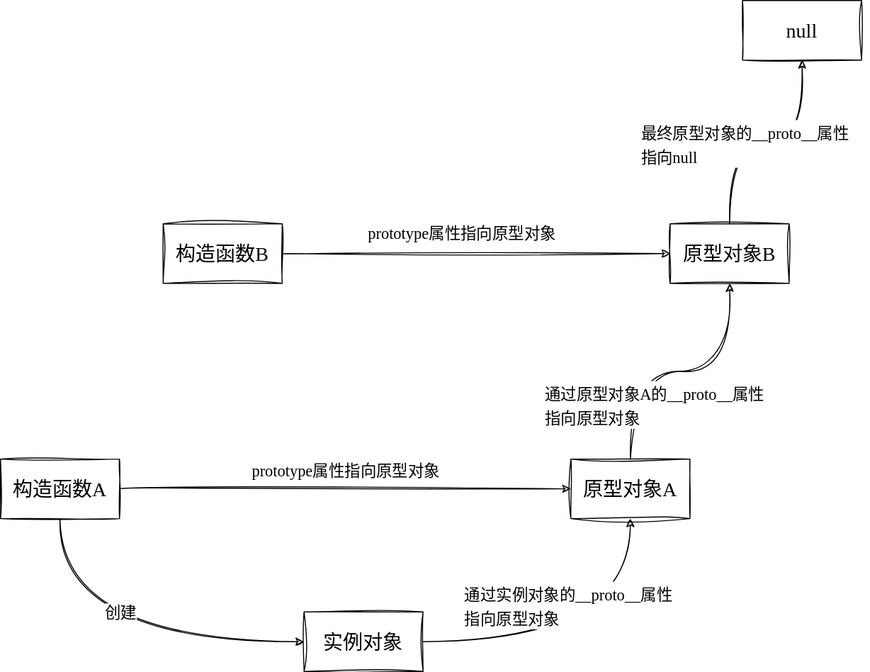
This is diagrams/front-end/prototype_inheritance.svg from luguosong/images, a draw.io export, as it was before one commit. Source tidied: cells renumbered, new cells last; positions are measured from the earlier drawing's top-left corner, leaving out a move shared by most shapes.
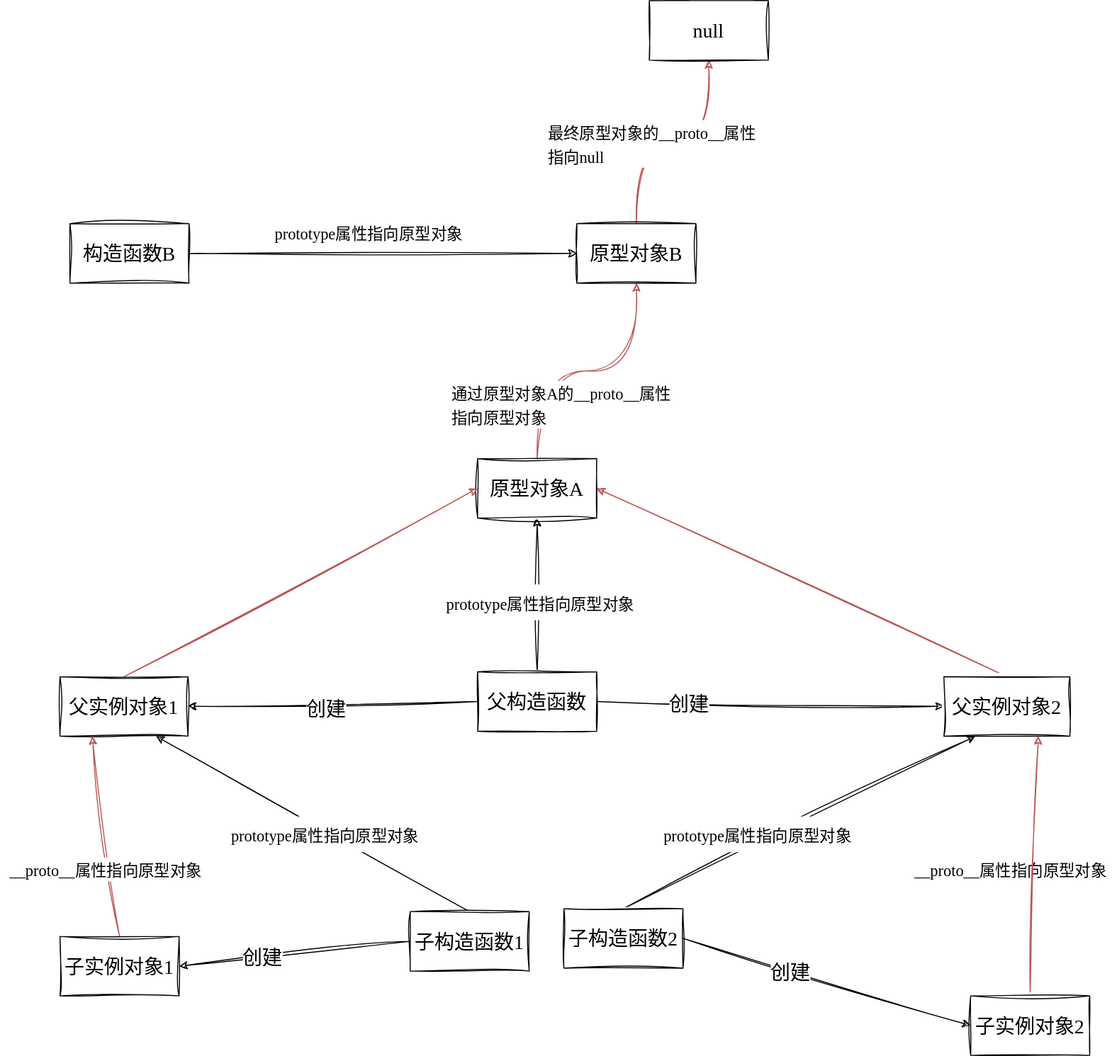
Above is the later version.

Diff of the diagram source:
```diff
@@ -2,41 +2,34 @@
   <root>
     <mxCell id="0" />
     <mxCell id="1" parent="0" />
-    <mxCell id="2" style="edgeStyle=orthogonalEdgeStyle;curved=1;rounded=0;sketch=1;hachureGap=4;jiggle=2;curveFitting=1;jettySize=auto;html=1;exitX=0.5;exitY=1;exitDx=0;exitDy=0;entryX=0;entryY=0.5;entryDx=0;entryDy=0;fontFamily=Architects Daughter;fontSource=https%3A%2F%2Ffonts.googleapis.com%2Fcss%3Ffamily%3DArchitects%2BDaughter;fontSize=16;" parent="1" edge="1" source="5" target="10">
-      <mxGeometry relative="1" as="geometry" />
-    </mxCell>
-    <mxCell id="3" value="创建" style="edgeLabel;html=1;align=center;verticalAlign=middle;fontSize=16;fontFamily=Architects Daughter;" parent="2" vertex="1">
-      <mxGeometry x="-0.29" y="13" relative="1" as="geometry">
-        <mxPoint x="52" y="-17" as="offset" />
-      </mxGeometry>
-    </mxCell>
-    <mxCell id="4" style="edgeStyle=orthogonalEdgeStyle;curved=1;rounded=0;sketch=1;hachureGap=4;jiggle=2;curveFitting=1;jettySize=auto;html=1;exitX=1;exitY=0.5;exitDx=0;exitDy=0;fontFamily=Architects Daughter;fontSource=https%3A%2F%2Ffonts.googleapis.com%2Fcss%3Ffamily%3DArchitects%2BDaughter;fontSize=16;" parent="1" edge="1" source="5" target="7">
+    <mxCell id="4" style="edgeStyle=none;rounded=0;sketch=1;hachureGap=4;jiggle=2;curveFitting=1;jettySize=auto;html=1;exitX=0.5;exitY=0;exitDx=0;exitDy=0;entryX=0.5;entryY=1;entryDx=0;entryDy=0;fontFamily=Architects Daughter;fontSource=https%3A%2F%2Ffonts.googleapis.com%2Fcss%3Ffamily%3DArchitects%2BDaughter;fontSize=16;" parent="1" edge="1" source="5" target="7">
       <mxGeometry relative="1" as="geometry" />
     </mxCell>
+    <mxCell id="20" style="edgeStyle=none;rounded=0;sketch=1;hachureGap=4;jiggle=2;curveFitting=1;jettySize=auto;html=1;exitX=0;exitY=0.5;exitDx=0;exitDy=0;entryX=1;entryY=0.5;entryDx=0;entryDy=0;fontFamily=Architects Daughter;fontSource=https%3A%2F%2Ffonts.googleapis.com%2Fcss%3Ffamily%3DArchitects%2BDaughter;fontSize=16;" parent="1" edge="1" source="5" target="25">
+      <mxGeometry relative="1" as="geometry" />
+    </mxCell>
+    <mxCell id="21" value="创建" style="edgeLabel;html=1;align=center;verticalAlign=middle;fontSize=20;fontFamily=Architects Daughter;" parent="20" vertex="1">
+      <mxGeometry x="0.06" y="4" relative="1" as="geometry" />
+    </mxCell>
+    <mxCell id="22" style="edgeStyle=none;rounded=0;sketch=1;hachureGap=4;jiggle=2;curveFitting=1;jettySize=auto;html=1;exitX=1;exitY=0.5;exitDx=0;exitDy=0;entryX=0;entryY=0.5;entryDx=0;entryDy=0;fontFamily=Architects Daughter;fontSource=https%3A%2F%2Ffonts.googleapis.com%2Fcss%3Ffamily%3DArchitects%2BDaughter;fontSize=16;" parent="1" edge="1" source="5" target="27">
+      <mxGeometry relative="1" as="geometry" />
+    </mxCell>
+    <mxCell id="23" value="创建" style="edgeLabel;html=1;align=center;verticalAlign=middle;fontSize=20;fontFamily=Architects Daughter;" parent="22" vertex="1">
+      <mxGeometry x="-0.47" relative="1" as="geometry" />
+    </mxCell>
-    <mxCell id="5" value="构造函数A" style="rounded=0;whiteSpace=wrap;html=1;sketch=1;hachureGap=4;jiggle=2;curveFitting=1;fontFamily=Architects Daughter;fontSource=https%3A%2F%2Ffonts.googleapis.com%2Fcss%3Ffamily%3DArchitects%2BDaughter;fontSize=20;" parent="1" vertex="1">
-      <mxGeometry y="462" width="120" height="60" as="geometry" />
+    <mxCell id="5" value="父构造函数" style="rounded=0;whiteSpace=wrap;html=1;sketch=1;hachureGap=4;jiggle=2;curveFitting=1;fontFamily=Architects Daughter;fontSource=https%3A%2F%2Ffonts.googleapis.com%2Fcss%3Ffamily%3DArchitects%2BDaughter;fontSize=20;" parent="1" vertex="1">
+      <mxGeometry x="575" y="677" width="120" height="60" as="geometry" />
     </mxCell>
-    <mxCell id="6" style="edgeStyle=orthogonalEdgeStyle;curved=1;rounded=0;sketch=1;hachureGap=4;jiggle=2;curveFitting=1;jettySize=auto;html=1;exitX=0.5;exitY=0;exitDx=0;exitDy=0;entryX=0.5;entryY=1;entryDx=0;entryDy=0;fontFamily=Architects Daughter;fontSource=https%3A%2F%2Ffonts.googleapis.com%2Fcss%3Ffamily%3DArchitects%2BDaughter;fontSize=16;" parent="1" edge="1" source="7" target="13">
+    <mxCell id="6" style="edgeStyle=orthogonalEdgeStyle;curved=1;rounded=0;sketch=1;hachureGap=4;jiggle=2;curveFitting=1;jettySize=auto;html=1;exitX=0.5;exitY=0;exitDx=0;exitDy=0;entryX=0.5;entryY=1;entryDx=0;entryDy=0;fontFamily=Architects Daughter;fontSource=https%3A%2F%2Ffonts.googleapis.com%2Fcss%3Ffamily%3DArchitects%2BDaughter;fontSize=16;fillColor=#f8cecc;strokeColor=#b85450;" parent="1" edge="1" source="7" target="13">
       <mxGeometry relative="1" as="geometry" />
     </mxCell>
     <mxCell id="7" value="原型对象A" style="rounded=0;whiteSpace=wrap;html=1;sketch=1;hachureGap=4;jiggle=2;curveFitting=1;fontFamily=Architects Daughter;fontSource=https%3A%2F%2Ffonts.googleapis.com%2Fcss%3Ffamily%3DArchitects%2BDaughter;fontSize=20;" parent="1" vertex="1">
       <mxGeometry x="575" y="462" width="120" height="60" as="geometry" />
     </mxCell>
-    <mxCell id="8" style="edgeStyle=orthogonalEdgeStyle;curved=1;rounded=0;sketch=1;hachureGap=4;jiggle=2;curveFitting=1;jettySize=auto;html=1;exitX=1;exitY=0.5;exitDx=0;exitDy=0;entryX=0.5;entryY=1;entryDx=0;entryDy=0;fontFamily=Architects Daughter;fontSource=https%3A%2F%2Ffonts.googleapis.com%2Fcss%3Ffamily%3DArchitects%2BDaughter;fontSize=16;" parent="1" edge="1" source="10" target="7">
-      <mxGeometry relative="1" as="geometry" />
-    </mxCell>
-    <mxCell id="9" value="&lt;font style=&quot;font-size: 16px;&quot;&gt;通过实例对象的__proto__属性&lt;br&gt;指向原型对象&lt;/font&gt;" style="edgeLabel;html=1;align=left;verticalAlign=middle;fontSize=20;fontFamily=Architects Daughter;" parent="8" vertex="1">
-      <mxGeometry x="0.2" y="17" relative="1" as="geometry">
-        <mxPoint x="-160" y="-21" as="offset" />
-      </mxGeometry>
-    </mxCell>
-    <mxCell id="10" value="实例对象" style="rounded=0;whiteSpace=wrap;html=1;sketch=1;hachureGap=4;jiggle=2;curveFitting=1;fontFamily=Architects Daughter;fontSource=https%3A%2F%2Ffonts.googleapis.com%2Fcss%3Ffamily%3DArchitects%2BDaughter;fontSize=20;" parent="1" vertex="1">
-      <mxGeometry x="306" y="616" width="120" height="60" as="geometry" />
-    </mxCell>
-    <mxCell id="11" value="&lt;font style=&quot;font-size: 16px;&quot;&gt;prototype属性指向原型对象&lt;/font&gt;" style="text;html=1;align=center;verticalAlign=middle;strokeColor=none;fillColor=none;fontSize=20;fontFamily=Architects Daughter;" parent="1" vertex="1">
-      <mxGeometry x="237" y="454" width="221" height="36" as="geometry" />
+    <mxCell id="11" value="&lt;font style=&quot;font-size: 16px;&quot;&gt;prototype属性指向原型对象&lt;/font&gt;" style="text;html=1;align=center;verticalAlign=middle;strokeColor=none;fillColor=default;fontSize=20;fontFamily=Architects Daughter;" parent="1" vertex="1">
+      <mxGeometry x="527" y="589" width="221" height="36" as="geometry" />
     </mxCell>
-    <mxCell id="12" style="edgeStyle=orthogonalEdgeStyle;curved=1;rounded=0;sketch=1;hachureGap=4;jiggle=2;curveFitting=1;jettySize=auto;html=1;exitX=0.5;exitY=0;exitDx=0;exitDy=0;entryX=0.5;entryY=1;entryDx=0;entryDy=0;fontFamily=Architects Daughter;fontSource=https%3A%2F%2Ffonts.googleapis.com%2Fcss%3Ffamily%3DArchitects%2BDaughter;fontSize=16;" parent="1" edge="1" source="13" target="18">
+    <mxCell id="12" style="edgeStyle=orthogonalEdgeStyle;curved=1;rounded=0;sketch=1;hachureGap=4;jiggle=2;curveFitting=1;jettySize=auto;html=1;exitX=0.5;exitY=0;exitDx=0;exitDy=0;entryX=0.5;entryY=1;entryDx=0;entryDy=0;fontFamily=Architects Daughter;fontSource=https%3A%2F%2Ffonts.googleapis.com%2Fcss%3Ffamily%3DArchitects%2BDaughter;fontSize=16;fillColor=#f8cecc;strokeColor=#b85450;" parent="1" edge="1" source="13" target="18">
       <mxGeometry relative="1" as="geometry" />
     </mxCell>
     <mxCell id="13" value="原型对象B" style="rounded=0;whiteSpace=wrap;html=1;sketch=1;hachureGap=4;jiggle=2;curveFitting=1;fontFamily=Architects Daughter;fontSource=https%3A%2F%2Ffonts.googleapis.com%2Fcss%3Ffamily%3DArchitects%2BDaughter;fontSize=20;" parent="1" vertex="1">
@@ -60,5 +53,69 @@
     <mxCell id="19" value="&lt;font style=&quot;font-size: 16px;&quot;&gt;最终原型对象的__proto__属性&lt;br&gt;指向null&lt;/font&gt;" style="edgeLabel;html=1;align=left;verticalAlign=middle;fontSize=20;fontFamily=Architects Daughter;" parent="1" vertex="1">
       <mxGeometry x="644" y="143" as="geometry" />
     </mxCell>
+    <mxCell id="24" style="edgeStyle=none;rounded=0;sketch=1;hachureGap=4;jiggle=2;curveFitting=1;jettySize=auto;html=1;exitX=0.5;exitY=0;exitDx=0;exitDy=0;entryX=0;entryY=0.5;entryDx=0;entryDy=0;fontFamily=Architects Daughter;fontSource=https%3A%2F%2Ffonts.googleapis.com%2Fcss%3Ffamily%3DArchitects%2BDaughter;fontSize=16;fillColor=#f8cecc;strokeColor=#b85450;" parent="1" edge="1" source="25" target="7">
+      <mxGeometry relative="1" as="geometry" />
+    </mxCell>
+    <mxCell id="25" value="父实例对象1" style="rounded=0;whiteSpace=wrap;html=1;sketch=1;hachureGap=4;jiggle=2;curveFitting=1;fontFamily=Architects Daughter;fontSource=https%3A%2F%2Ffonts.googleapis.com%2Fcss%3Ffamily%3DArchitects%2BDaughter;fontSize=20;" parent="1" vertex="1">
+      <mxGeometry x="154" y="682" width="129" height="60" as="geometry" />
+    </mxCell>
+    <mxCell id="26" style="edgeStyle=none;rounded=0;sketch=1;hachureGap=4;jiggle=2;curveFitting=1;jettySize=auto;html=1;exitX=0.5;exitY=0;exitDx=0;exitDy=0;entryX=1;entryY=0.5;entryDx=0;entryDy=0;fontFamily=Architects Daughter;fontSource=https%3A%2F%2Ffonts.googleapis.com%2Fcss%3Ffamily%3DArchitects%2BDaughter;fontSize=16;fillColor=#f8cecc;strokeColor=#b85450;" parent="1" edge="1" source="27" target="7">
+      <mxGeometry relative="1" as="geometry" />
+    </mxCell>
+    <mxCell id="27" value="父实例对象2" style="rounded=0;whiteSpace=wrap;html=1;sketch=1;hachureGap=4;jiggle=2;curveFitting=1;fontFamily=Architects Daughter;fontSource=https%3A%2F%2Ffonts.googleapis.com%2Fcss%3Ffamily%3DArchitects%2BDaughter;fontSize=20;" parent="1" vertex="1">
+      <mxGeometry x="1045" y="682" width="127" height="60" as="geometry" />
+    </mxCell>
+    <mxCell id="28" style="edgeStyle=none;rounded=0;sketch=1;hachureGap=4;jiggle=2;curveFitting=1;jettySize=auto;html=1;exitX=0.5;exitY=0;exitDx=0;exitDy=0;entryX=0.75;entryY=1;entryDx=0;entryDy=0;fontFamily=Architects Daughter;fontSource=https%3A%2F%2Ffonts.googleapis.com%2Fcss%3Ffamily%3DArchitects%2BDaughter;fontSize=16;" parent="1" edge="1" source="31" target="25">
+      <mxGeometry relative="1" as="geometry" />
+    </mxCell>
+    <mxCell id="29" style="edgeStyle=none;rounded=0;sketch=1;hachureGap=4;jiggle=2;curveFitting=1;jettySize=auto;html=1;exitX=0;exitY=0.5;exitDx=0;exitDy=0;entryX=1;entryY=0.5;entryDx=0;entryDy=0;fontFamily=Architects Daughter;fontSource=https%3A%2F%2Ffonts.googleapis.com%2Fcss%3Ffamily%3DArchitects%2BDaughter;fontSize=16;" parent="1" edge="1" source="31" target="41">
+      <mxGeometry relative="1" as="geometry" />
+    </mxCell>
+    <mxCell id="30" value="创建" style="edgeLabel;html=1;align=center;verticalAlign=middle;fontSize=20;fontFamily=Architects Daughter;" parent="29" vertex="1">
+      <mxGeometry x="0.28" relative="1" as="geometry">
+        <mxPoint x="-1" as="offset" />
+      </mxGeometry>
+    </mxCell>
+    <mxCell id="31" value="子构造函数1" style="rounded=0;whiteSpace=wrap;html=1;sketch=1;hachureGap=4;jiggle=2;curveFitting=1;fontFamily=Architects Daughter;fontSource=https%3A%2F%2Ffonts.googleapis.com%2Fcss%3Ffamily%3DArchitects%2BDaughter;fontSize=20;" parent="1" vertex="1">
+      <mxGeometry x="507" y="919" width="120" height="60" as="geometry" />
+    </mxCell>
+    <mxCell id="32" style="edgeStyle=none;rounded=0;sketch=1;hachureGap=4;jiggle=2;curveFitting=1;jettySize=auto;html=1;exitX=0.5;exitY=0;exitDx=0;exitDy=0;entryX=0.25;entryY=1;entryDx=0;entryDy=0;fontFamily=Architects Daughter;fontSource=https%3A%2F%2Ffonts.googleapis.com%2Fcss%3Ffamily%3DArchitects%2BDaughter;fontSize=16;" parent="1" edge="1" source="35" target="27">
+      <mxGeometry relative="1" as="geometry" />
+    </mxCell>
+    <mxCell id="33" style="edgeStyle=none;rounded=0;sketch=1;hachureGap=4;jiggle=2;curveFitting=1;jettySize=auto;html=1;exitX=1;exitY=0.5;exitDx=0;exitDy=0;entryX=0;entryY=0.5;entryDx=0;entryDy=0;fontFamily=Architects Daughter;fontSource=https%3A%2F%2Ffonts.googleapis.com%2Fcss%3Ffamily%3DArchitects%2BDaughter;fontSize=16;" parent="1" edge="1" source="35" target="43">
+      <mxGeometry relative="1" as="geometry" />
+    </mxCell>
+    <mxCell id="34" value="创建" style="edgeLabel;html=1;align=center;verticalAlign=middle;fontSize=20;fontFamily=Architects Daughter;" parent="33" vertex="1">
+      <mxGeometry x="-0.25" y="-1" relative="1" as="geometry" />
+    </mxCell>
+    <mxCell id="35" value="子构造函数2" style="rounded=0;whiteSpace=wrap;html=1;sketch=1;hachureGap=4;jiggle=2;curveFitting=1;fontFamily=Architects Daughter;fontSource=https%3A%2F%2Ffonts.googleapis.com%2Fcss%3Ffamily%3DArchitects%2BDaughter;fontSize=20;" parent="1" vertex="1">
+      <mxGeometry x="662" y="916" width="120" height="60" as="geometry" />
+    </mxCell>
+    <mxCell id="36" value="&lt;font style=&quot;font-size: 16px;&quot;&gt;prototype属性指向原型对象&lt;/font&gt;" style="text;html=1;align=center;verticalAlign=middle;strokeColor=none;fillColor=default;fontSize=20;fontFamily=Architects Daughter;" parent="1" vertex="1">
+      <mxGeometry x="310" y="823" width="221" height="36" as="geometry" />
+    </mxCell>
+    <mxCell id="37" value="&lt;font style=&quot;font-size: 16px;&quot;&gt;prototype属性指向原型对象&lt;/font&gt;" style="text;html=1;align=center;verticalAlign=middle;fontSize=20;fontFamily=Architects Daughter;fillColor=default;" parent="1" vertex="1">
+      <mxGeometry x="746" y="823" width="221" height="36" as="geometry" />
+    </mxCell>
+    <mxCell id="38" style="edgeStyle=none;rounded=0;sketch=1;hachureGap=4;jiggle=2;curveFitting=1;jettySize=auto;html=1;exitX=0.5;exitY=0;exitDx=0;exitDy=0;entryX=0.25;entryY=1;entryDx=0;entryDy=0;fontFamily=Architects Daughter;fontSource=https%3A%2F%2Ffonts.googleapis.com%2Fcss%3Ffamily%3DArchitects%2BDaughter;fontSize=16;fillColor=#f8cecc;strokeColor=#b85450;" parent="1" edge="1" source="41" target="25">
+      <mxGeometry relative="1" as="geometry" />
+    </mxCell>
+    <mxCell id="39" value="&lt;font style=&quot;font-size: 16px;&quot;&gt;__proto__属性指向原型对象&lt;/font&gt;" style="edgeLabel;html=1;align=center;verticalAlign=middle;fontSize=20;fontFamily=Architects Daughter;" parent="38" vertex="1">
+      <mxGeometry x="-0.31" y="5" relative="1" as="geometry" />
+    </mxCell>
+    <mxCell id="40" value="&lt;font style=&quot;font-size: 16px;&quot;&gt;__proto__属性指向原型对象&lt;/font&gt;" style="edgeLabel;html=1;align=center;verticalAlign=middle;fontSize=20;fontFamily=Architects Daughter;" parent="38" vertex="1">
+      <mxGeometry x="-0.31" y="5" relative="1" as="geometry">
+        <mxPoint x="912" as="offset" />
+      </mxGeometry>
+    </mxCell>
+    <mxCell id="41" value="子实例对象1" style="rounded=0;whiteSpace=wrap;html=1;sketch=1;hachureGap=4;jiggle=2;curveFitting=1;fontFamily=Architects Daughter;fontSource=https%3A%2F%2Ffonts.googleapis.com%2Fcss%3Ffamily%3DArchitects%2BDaughter;fontSize=20;" parent="1" vertex="1">
+      <mxGeometry x="154" y="944" width="120" height="60" as="geometry" />
+    </mxCell>
+    <mxCell id="42" style="edgeStyle=none;rounded=0;sketch=1;hachureGap=4;jiggle=2;curveFitting=1;jettySize=auto;html=1;exitX=0.5;exitY=0;exitDx=0;exitDy=0;entryX=0.75;entryY=1;entryDx=0;entryDy=0;fontFamily=Architects Daughter;fontSource=https%3A%2F%2Ffonts.googleapis.com%2Fcss%3Ffamily%3DArchitects%2BDaughter;fontSize=16;fillColor=#f8cecc;strokeColor=#b85450;" parent="1" edge="1" source="43" target="27">
+      <mxGeometry relative="1" as="geometry" />
+    </mxCell>
+    <mxCell id="43" value="子实例对象2" style="rounded=0;whiteSpace=wrap;html=1;sketch=1;hachureGap=4;jiggle=2;curveFitting=1;fontFamily=Architects Daughter;fontSource=https%3A%2F%2Ffonts.googleapis.com%2Fcss%3Ffamily%3DArchitects%2BDaughter;fontSize=20;" parent="1" vertex="1">
+      <mxGeometry x="1072" y="1004" width="120" height="60" as="geometry" />
+    </mxCell>
   </root>
 </mxGraphModel>
```
